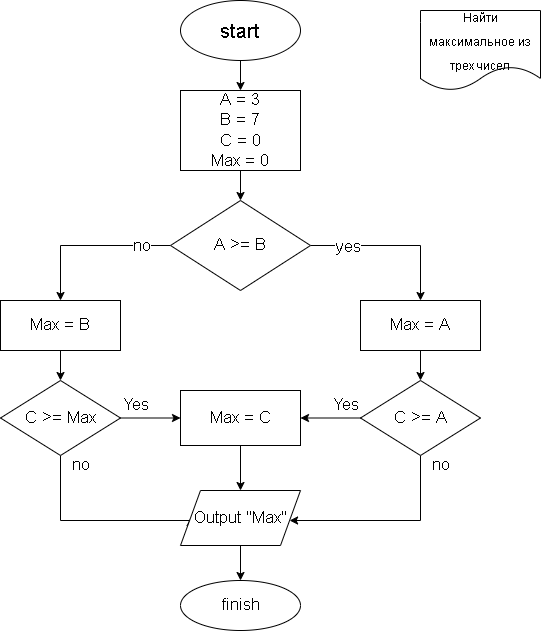
This is diagram.drawio.png from MaksimVS/TaskOneGit, a draw.io export, as it was before one commit. Source tidied: cells renumbered, new cells last; positions are measured from the earlier drawing's top-left corner, leaving out a move shared by most shapes. The source it was exported from:
```xml
<mxGraphModel>
  <root>
    <mxCell id="0" />
    <mxCell id="1" parent="0" />
    <mxCell id="2" style="edgeStyle=orthogonalEdgeStyle;rounded=0;jettySize=auto;html=1;fontSize=12;" parent="1" edge="1" source="3" target="6">
      <mxGeometry relative="1" as="geometry" />
    </mxCell>
    <mxCell id="3" value="&lt;font style=&quot;font-size: 20px;&quot;&gt;start&lt;/font&gt;" style="ellipse;whiteSpace=wrap;html=1;" parent="1" vertex="1">
      <mxGeometry x="180" width="120" height="60" as="geometry" />
    </mxCell>
    <mxCell id="4" value="&lt;font style=&quot;font-size: 12px;&quot;&gt;Найти максимальное из трех чисел&lt;/font&gt;" style="shape=document;whiteSpace=wrap;html=1;boundedLbl=1;fontSize=20;" parent="1" vertex="1">
      <mxGeometry x="420" y="10" width="120" height="80" as="geometry" />
    </mxCell>
    <mxCell id="5" style="edgeStyle=orthogonalEdgeStyle;rounded=0;jettySize=auto;html=1;fontSize=17;" parent="1" edge="1" source="6">
      <mxGeometry relative="1" as="geometry">
        <mxPoint x="240" y="200" as="targetPoint" />
      </mxGeometry>
    </mxCell>
    <mxCell id="6" value="&lt;font style=&quot;font-size: 17px;&quot;&gt;A = 3&lt;br&gt;B = 7&lt;br&gt;C = 0&lt;br&gt;Max = 0&lt;/font&gt;" style="whiteSpace=wrap;html=1;fontSize=12;" parent="1" vertex="1">
      <mxGeometry x="180" y="90" width="120" height="80" as="geometry" />
    </mxCell>
    <mxCell id="7" style="edgeStyle=orthogonalEdgeStyle;rounded=0;jettySize=auto;html=1;fontSize=17;" parent="1" edge="1" source="11" target="15">
      <mxGeometry relative="1" as="geometry" />
    </mxCell>
    <mxCell id="8" value="no" style="edgeLabel;html=1;align=center;verticalAlign=middle;fontSize=17;" parent="7" vertex="1">
      <mxGeometry x="-0.64" relative="1" as="geometry" />
    </mxCell>
    <mxCell id="9" style="edgeStyle=orthogonalEdgeStyle;rounded=0;jettySize=auto;html=1;entryX=0.5;entryY=0;entryDx=0;entryDy=0;fontSize=17;" parent="1" edge="1" source="11" target="13">
      <mxGeometry relative="1" as="geometry" />
    </mxCell>
    <mxCell id="10" value="yes" style="edgeLabel;html=1;align=center;verticalAlign=middle;fontSize=17;" parent="9" vertex="1">
      <mxGeometry x="-0.56" y="-1" relative="1" as="geometry" />
    </mxCell>
    <mxCell id="11" value="A &amp;gt;= B" style="rhombus;whiteSpace=wrap;html=1;fontSize=17;" parent="1" vertex="1">
      <mxGeometry x="170" y="200" width="140" height="90" as="geometry" />
    </mxCell>
    <mxCell id="12" style="edgeStyle=orthogonalEdgeStyle;rounded=0;jettySize=auto;html=1;fontSize=17;" parent="1" edge="1" source="13" target="18">
      <mxGeometry relative="1" as="geometry" />
    </mxCell>
    <mxCell id="13" value="Max = A" style="whiteSpace=wrap;html=1;fontSize=17;" parent="1" vertex="1">
      <mxGeometry x="360" y="300" width="120" height="50" as="geometry" />
    </mxCell>
    <mxCell id="14" style="edgeStyle=orthogonalEdgeStyle;rounded=0;jettySize=auto;html=1;fontSize=17;" parent="1" edge="1" source="15" target="22">
      <mxGeometry relative="1" as="geometry" />
    </mxCell>
    <mxCell id="15" value="Max = B" style="whiteSpace=wrap;html=1;fontSize=17;" parent="1" vertex="1">
      <mxGeometry y="300" width="120" height="50" as="geometry" />
    </mxCell>
    <mxCell id="16" style="edgeStyle=orthogonalEdgeStyle;rounded=0;jettySize=auto;html=1;fontSize=17;" parent="1" edge="1" source="18" target="24">
      <mxGeometry relative="1" as="geometry" />
    </mxCell>
    <mxCell id="17" style="edgeStyle=orthogonalEdgeStyle;rounded=0;jettySize=auto;html=1;fontSize=17;" parent="1" edge="1" source="18" target="27">
      <mxGeometry relative="1" as="geometry">
        <Array as="points">
          <mxPoint x="420" y="520" />
        </Array>
      </mxGeometry>
    </mxCell>
    <mxCell id="18" value="C &amp;gt;= A" style="rhombus;whiteSpace=wrap;html=1;fontSize=17;" parent="1" vertex="1">
      <mxGeometry x="360" y="380" width="120" height="75" as="geometry" />
    </mxCell>
    <mxCell id="19" value="Yes" style="text;html=1;align=center;verticalAlign=middle;strokeColor=none;fillColor=none;fontSize=17;" parent="1" vertex="1">
      <mxGeometry x="320" y="390" width="50" height="30" as="geometry" />
    </mxCell>
    <mxCell id="20" style="edgeStyle=orthogonalEdgeStyle;rounded=0;jettySize=auto;html=1;fontSize=17;" parent="1" edge="1" source="22" target="24">
      <mxGeometry relative="1" as="geometry" />
    </mxCell>
    <mxCell id="21" style="edgeStyle=orthogonalEdgeStyle;rounded=0;jettySize=auto;html=1;entryX=0;entryY=0.5;entryDx=0;entryDy=0;fontSize=17;" parent="1" edge="1" source="22" target="27">
      <mxGeometry relative="1" as="geometry">
        <Array as="points">
          <mxPoint x="60" y="520" />
        </Array>
      </mxGeometry>
    </mxCell>
    <mxCell id="22" value="C &amp;gt;= Max" style="rhombus;whiteSpace=wrap;html=1;fontSize=17;" parent="1" vertex="1">
      <mxGeometry y="380" width="120" height="75" as="geometry" />
    </mxCell>
    <mxCell id="23" style="edgeStyle=orthogonalEdgeStyle;rounded=0;jettySize=auto;html=1;fontSize=17;" parent="1" edge="1" source="24" target="27">
      <mxGeometry relative="1" as="geometry" />
    </mxCell>
    <mxCell id="24" value="Max = C" style="whiteSpace=wrap;html=1;fontSize=17;" parent="1" vertex="1">
      <mxGeometry x="180" y="390" width="120" height="55" as="geometry" />
    </mxCell>
    <mxCell id="25" value="Yes" style="text;html=1;align=center;verticalAlign=middle;strokeColor=none;fillColor=none;fontSize=17;" parent="1" vertex="1">
      <mxGeometry x="110" y="390" width="50" height="30" as="geometry" />
    </mxCell>
    <mxCell id="26" style="edgeStyle=orthogonalEdgeStyle;rounded=0;jettySize=auto;html=1;fontSize=17;" parent="1" edge="1" source="27" target="30">
      <mxGeometry relative="1" as="geometry" />
    </mxCell>
    <mxCell id="27" value="Output &quot;Max&quot;" style="shape=parallelogram;perimeter=parallelogramPerimeter;whiteSpace=wrap;html=1;fixedSize=1;fontSize=17;" parent="1" vertex="1">
      <mxGeometry x="180" y="490" width="120" height="55" as="geometry" />
    </mxCell>
    <mxCell id="28" value="no" style="text;html=1;align=center;verticalAlign=middle;strokeColor=none;fillColor=none;fontSize=17;" parent="1" vertex="1">
      <mxGeometry x="60" y="450" width="40" height="30" as="geometry" />
    </mxCell>
    <mxCell id="29" value="no" style="text;html=1;align=center;verticalAlign=middle;strokeColor=none;fillColor=none;fontSize=17;" parent="1" vertex="1">
      <mxGeometry x="420" y="450" width="40" height="30" as="geometry" />
    </mxCell>
    <mxCell id="30" value="finish" style="ellipse;whiteSpace=wrap;html=1;fontSize=17;" parent="1" vertex="1">
      <mxGeometry x="180" y="580" width="120" height="50" as="geometry" />
    </mxCell>
  </root>
</mxGraphModel>
```
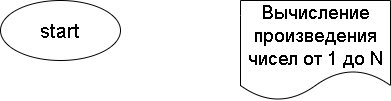
Above is the later version.

Commit message:
Изменили ex02.html под задачу, но с созданием конфликта с аналогичным файлом в другой ветке

What changed in the source:
```diff
@@ -2,102 +2,11 @@
   <root>
     <mxCell id="0" />
     <mxCell id="1" parent="0" />
-    <mxCell id="2" style="edgeStyle=orthogonalEdgeStyle;rounded=0;jettySize=auto;html=1;fontSize=12;" parent="1" edge="1" source="3" target="6">
-      <mxGeometry relative="1" as="geometry" />
-    </mxCell>
     <mxCell id="3" value="&lt;font style=&quot;font-size: 20px;&quot;&gt;start&lt;/font&gt;" style="ellipse;whiteSpace=wrap;html=1;" parent="1" vertex="1">
       <mxGeometry x="180" width="120" height="60" as="geometry" />
     </mxCell>
-    <mxCell id="4" value="&lt;font style=&quot;font-size: 12px;&quot;&gt;Найти максимальное из трех чисел&lt;/font&gt;" style="shape=document;whiteSpace=wrap;html=1;boundedLbl=1;fontSize=20;" parent="1" vertex="1">
-      <mxGeometry x="420" y="10" width="120" height="80" as="geometry" />
+    <mxCell id="4" value="&lt;div style=&quot;font-size: 19px;&quot;&gt;Вычисление произведения чисел от 1 до N&lt;/div&gt;" style="shape=document;whiteSpace=wrap;html=1;boundedLbl=1;fontSize=20;align=center;" parent="1" vertex="1">
+      <mxGeometry x="420" width="150" height="100" as="geometry" />
     </mxCell>
-    <mxCell id="5" style="edgeStyle=orthogonalEdgeStyle;rounded=0;jettySize=auto;html=1;fontSize=17;" parent="1" edge="1" source="6">
-      <mxGeometry relative="1" as="geometry">
-        <mxPoint x="240" y="200" as="targetPoint" />
-      </mxGeometry>
-    </mxCell>
-    <mxCell id="6" value="&lt;font style=&quot;font-size: 17px;&quot;&gt;A = 3&lt;br&gt;B = 7&lt;br&gt;C = 0&lt;br&gt;Max = 0&lt;/font&gt;" style="whiteSpace=wrap;html=1;fontSize=12;" parent="1" vertex="1">
-      <mxGeometry x="180" y="90" width="120" height="80" as="geometry" />
-    </mxCell>
-    <mxCell id="7" style="edgeStyle=orthogonalEdgeStyle;rounded=0;jettySize=auto;html=1;fontSize=17;" parent="1" edge="1" source="11" target="15">
-      <mxGeometry relative="1" as="geometry" />
-    </mxCell>
-    <mxCell id="8" value="no" style="edgeLabel;html=1;align=center;verticalAlign=middle;fontSize=17;" parent="7" vertex="1">
-      <mxGeometry x="-0.64" relative="1" as="geometry" />
-    </mxCell>
-    <mxCell id="9" style="edgeStyle=orthogonalEdgeStyle;rounded=0;jettySize=auto;html=1;entryX=0.5;entryY=0;entryDx=0;entryDy=0;fontSize=17;" parent="1" edge="1" source="11" target="13">
-      <mxGeometry relative="1" as="geometry" />
-    </mxCell>
-    <mxCell id="10" value="yes" style="edgeLabel;html=1;align=center;verticalAlign=middle;fontSize=17;" parent="9" vertex="1">
-      <mxGeometry x="-0.56" y="-1" relative="1" as="geometry" />
-    </mxCell>
-    <mxCell id="11" value="A &amp;gt;= B" style="rhombus;whiteSpace=wrap;html=1;fontSize=17;" parent="1" vertex="1">
-      <mxGeometry x="170" y="200" width="140" height="90" as="geometry" />
-    </mxCell>
-    <mxCell id="12" style="edgeStyle=orthogonalEdgeStyle;rounded=0;jettySize=auto;html=1;fontSize=17;" parent="1" edge="1" source="13" target="18">
-      <mxGeometry relative="1" as="geometry" />
-    </mxCell>
-    <mxCell id="13" value="Max = A" style="whiteSpace=wrap;html=1;fontSize=17;" parent="1" vertex="1">
-      <mxGeometry x="360" y="300" width="120" height="50" as="geometry" />
-    </mxCell>
-    <mxCell id="14" style="edgeStyle=orthogonalEdgeStyle;rounded=0;jettySize=auto;html=1;fontSize=17;" parent="1" edge="1" source="15" target="22">
-      <mxGeometry relative="1" as="geometry" />
-    </mxCell>
-    <mxCell id="15" value="Max = B" style="whiteSpace=wrap;html=1;fontSize=17;" parent="1" vertex="1">
-      <mxGeometry y="300" width="120" height="50" as="geometry" />
-    </mxCell>
-    <mxCell id="16" style="edgeStyle=orthogonalEdgeStyle;rounded=0;jettySize=auto;html=1;fontSize=17;" parent="1" edge="1" source="18" target="24">
-      <mxGeometry relative="1" as="geometry" />
-    </mxCell>
-    <mxCell id="17" style="edgeStyle=orthogonalEdgeStyle;rounded=0;jettySize=auto;html=1;fontSize=17;" parent="1" edge="1" source="18" target="27">
-      <mxGeometry relative="1" as="geometry">
-        <Array as="points">
-          <mxPoint x="420" y="520" />
-        </Array>
-      </mxGeometry>
-    </mxCell>
-    <mxCell id="18" value="C &amp;gt;= A" style="rhombus;whiteSpace=wrap;html=1;fontSize=17;" parent="1" vertex="1">
-      <mxGeometry x="360" y="380" width="120" height="75" as="geometry" />
-    </mxCell>
-    <mxCell id="19" value="Yes" style="text;html=1;align=center;verticalAlign=middle;strokeColor=none;fillColor=none;fontSize=17;" parent="1" vertex="1">
-      <mxGeometry x="320" y="390" width="50" height="30" as="geometry" />
-    </mxCell>
-    <mxCell id="20" style="edgeStyle=orthogonalEdgeStyle;rounded=0;jettySize=auto;html=1;fontSize=17;" parent="1" edge="1" source="22" target="24">
-      <mxGeometry relative="1" as="geometry" />
-    </mxCell>
-    <mxCell id="21" style="edgeStyle=orthogonalEdgeStyle;rounded=0;jettySize=auto;html=1;entryX=0;entryY=0.5;entryDx=0;entryDy=0;fontSize=17;" parent="1" edge="1" source="22" target="27">
-      <mxGeometry relative="1" as="geometry">
-        <Array as="points">
-          <mxPoint x="60" y="520" />
-        </Array>
-      </mxGeometry>
-    </mxCell>
-    <mxCell id="22" value="C &amp;gt;= Max" style="rhombus;whiteSpace=wrap;html=1;fontSize=17;" parent="1" vertex="1">
-      <mxGeometry y="380" width="120" height="75" as="geometry" />
-    </mxCell>
-    <mxCell id="23" style="edgeStyle=orthogonalEdgeStyle;rounded=0;jettySize=auto;html=1;fontSize=17;" parent="1" edge="1" source="24" target="27">
-      <mxGeometry relative="1" as="geometry" />
-    </mxCell>
-    <mxCell id="24" value="Max = C" style="whiteSpace=wrap;html=1;fontSize=17;" parent="1" vertex="1">
-      <mxGeometry x="180" y="390" width="120" height="55" as="geometry" />
-    </mxCell>
-    <mxCell id="25" value="Yes" style="text;html=1;align=center;verticalAlign=middle;strokeColor=none;fillColor=none;fontSize=17;" parent="1" vertex="1">
-      <mxGeometry x="110" y="390" width="50" height="30" as="geometry" />
-    </mxCell>
-    <mxCell id="26" style="edgeStyle=orthogonalEdgeStyle;rounded=0;jettySize=auto;html=1;fontSize=17;" parent="1" edge="1" source="27" target="30">
-      <mxGeometry relative="1" as="geometry" />
-    </mxCell>
-    <mxCell id="27" value="Output &quot;Max&quot;" style="shape=parallelogram;perimeter=parallelogramPerimeter;whiteSpace=wrap;html=1;fixedSize=1;fontSize=17;" parent="1" vertex="1">
-      <mxGeometry x="180" y="490" width="120" height="55" as="geometry" />
-    </mxCell>
-    <mxCell id="28" value="no" style="text;html=1;align=center;verticalAlign=middle;strokeColor=none;fillColor=none;fontSize=17;" parent="1" vertex="1">
-      <mxGeometry x="60" y="450" width="40" height="30" as="geometry" />
-    </mxCell>
-    <mxCell id="29" value="no" style="text;html=1;align=center;verticalAlign=middle;strokeColor=none;fillColor=none;fontSize=17;" parent="1" vertex="1">
-      <mxGeometry x="420" y="450" width="40" height="30" as="geometry" />
-    </mxCell>
-    <mxCell id="30" value="finish" style="ellipse;whiteSpace=wrap;html=1;fontSize=17;" parent="1" vertex="1">
-      <mxGeometry x="180" y="580" width="120" height="50" as="geometry" />
-    </mxCell>
   </root>
 </mxGraphModel>
```
